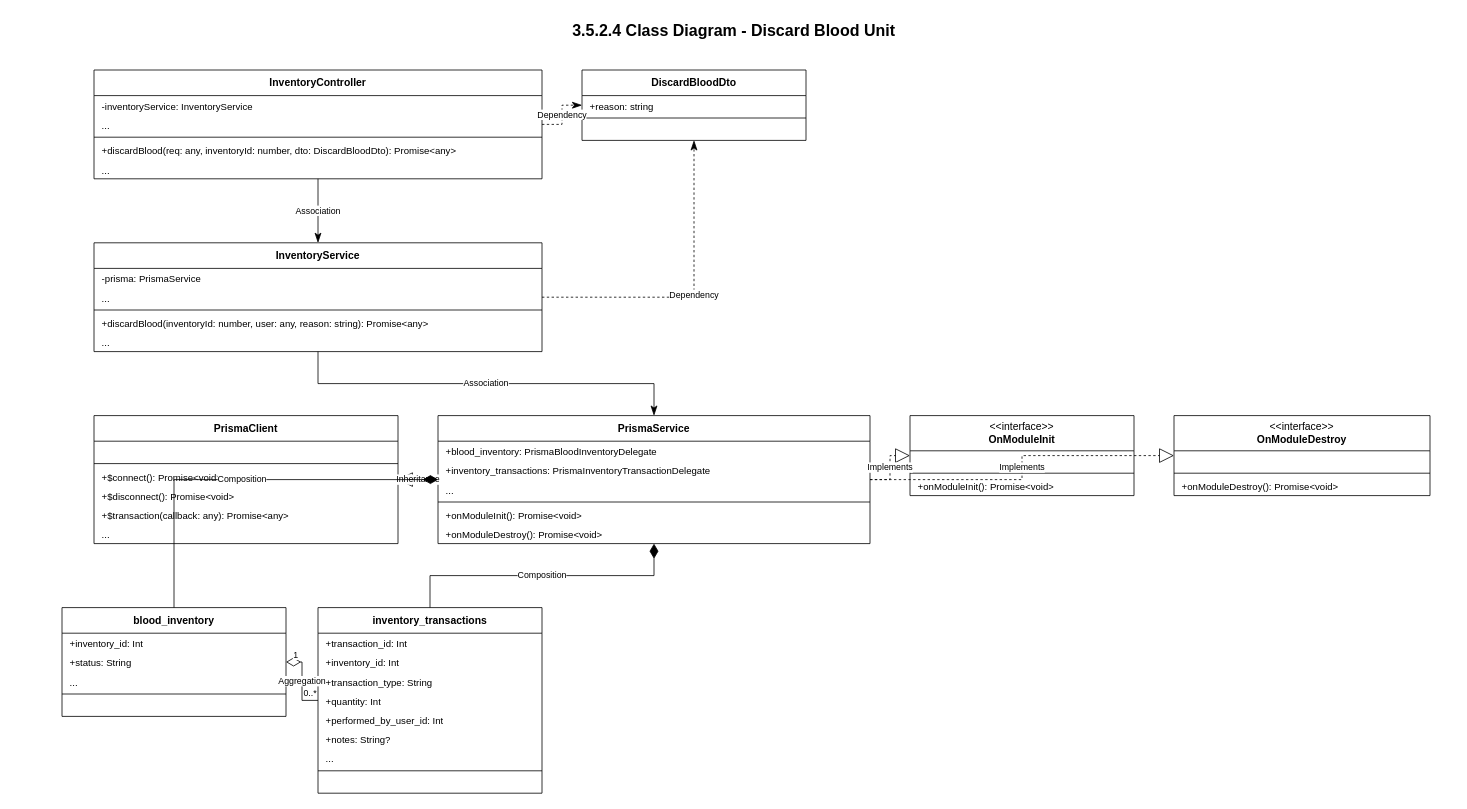
Earlier version of the draw.io diagram page "Discard Blood Unit" (5 of 6) of inventory_all_class_diagrams.drawio (CuongBC195/class-diagram-donation-blood). Source tidied: cells renumbered, new cells numbered last; positions are measured from the earlier drawing's top-left corner, leaving out a move shared by most shapes. Both pictures are drawn from the tidied source at 80%, with x=0, y=0 at pixel (14, 14).
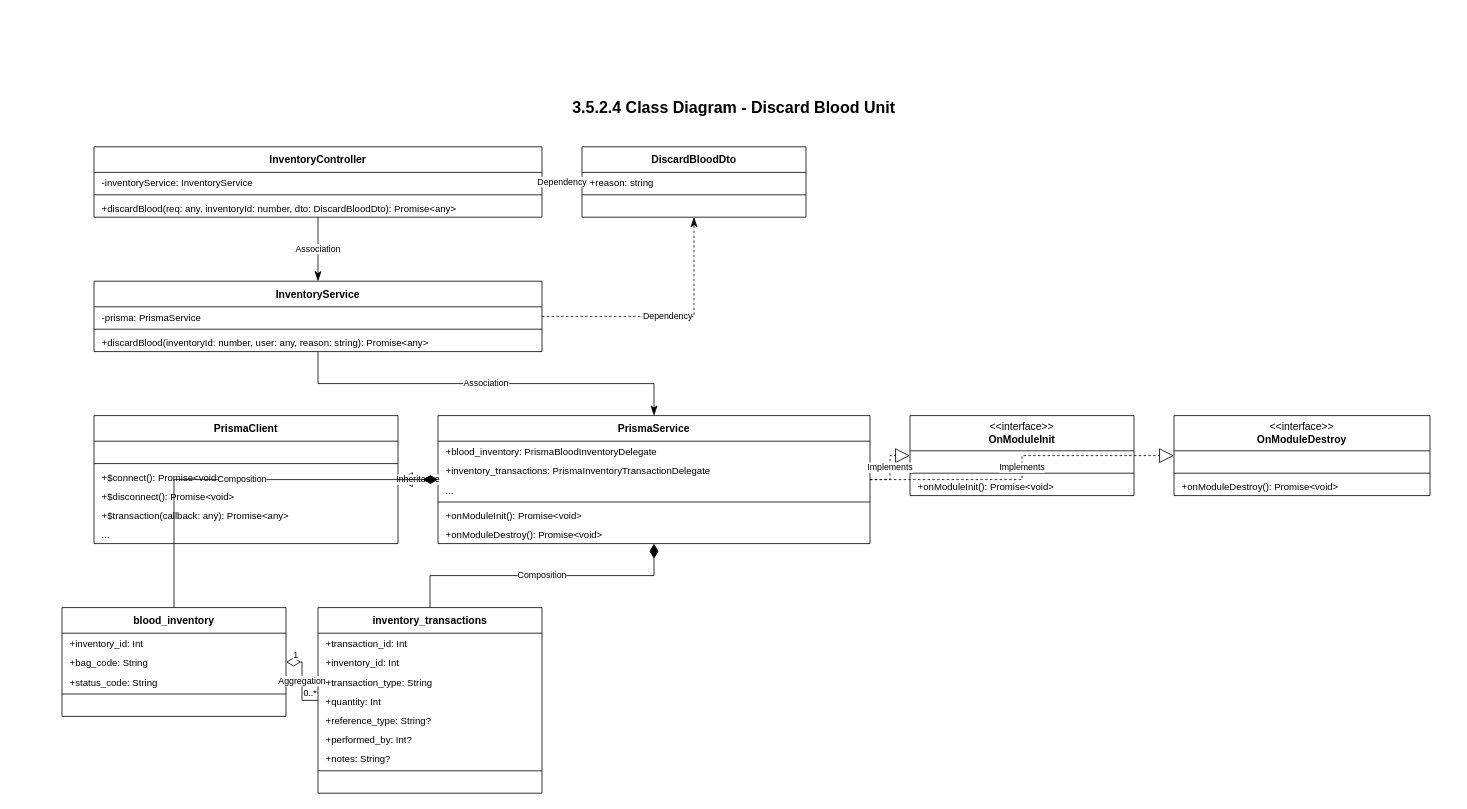
Above is the later version.

Commit message (it also covers changes not shown here):
fix(diagrams): audit Module 3.5 Blood Inventory (6 tabs) 100% matched with code & schema

The change refers to these unchanged cells:
```xml
<mxCell id="41" value="&lt;b&gt;blood_inventory&lt;/b&gt;" style="swimlane;fontStyle=0;horizontal=1;startSize=32;whiteSpace=wrap;html=1;fillColor=#ffffff;strokeColor=#000000;swimlaneFillColor=#ffffff;fontColor=#000000;fontFamily=Arial;fontSize=13;" parent="1" vertex="1">
  <mxGeometry x="60" y="742" width="280" height="136" as="geometry" />
</mxCell>
<mxCell id="47" value="&lt;b&gt;inventory_transactions&lt;/b&gt;" style="swimlane;fontStyle=0;horizontal=1;startSize=32;whiteSpace=wrap;html=1;fillColor=#ffffff;strokeColor=#000000;swimlaneFillColor=#ffffff;fontColor=#000000;fontFamily=Arial;fontSize=13;" parent="1" vertex="1">
  <mxGeometry x="380" y="742" width="280" height="232" as="geometry" />
</mxCell>
```

Diff of the diagram source:
```diff
@@
     <mxCell id="2" value="3.5.2.4 Class Diagram - Discard Blood Unit" style="text;html=1;strokeColor=none;fillColor=none;align=center;verticalAlign=middle;whiteSpace=wrap;rounded=0;fontFamily=Arial;fontSize=20;fontStyle=1;fontColor=#000000;" parent="1" vertex="1">
-      <mxGeometry width="1800" height="40" as="geometry" />
+      <mxGeometry y="96" width="1800" height="40" as="geometry" />
     </mxCell>
     <mxCell id="3" value="&lt;b&gt;InventoryController&lt;/b&gt;" style="swimlane;fontStyle=0;horizontal=1;startSize=32;whiteSpace=wrap;html=1;fillColor=#ffffff;strokeColor=#000000;swimlaneFillColor=#ffffff;fontColor=#000000;fontFamily=Arial;fontSize=13;" parent="1" vertex="1">
-      <mxGeometry x="100" y="70" width="560" height="136" as="geometry" />
+      <mxGeometry x="100" y="166" width="560" height="88" as="geometry" />
     </mxCell>
@@
-    <mxCell id="5" value="..." style="text;strokeColor=none;fillColor=none;align=left;verticalAlign=top;spacingLeft=8;spacingRight=8;overflow=hidden;whiteSpace=wrap;html=1;fontFamily=Arial;fontSize=12;fontColor=#000000;" parent="3" vertex="1">
-      <mxGeometry y="56" width="560" height="24" as="geometry" />
-    </mxCell>
     <mxCell id="6" style="line;strokeWidth=1;fillColor=none;strokeColor=#000000;align=left;verticalAlign=middle;" parent="3" vertex="1">
-      <mxGeometry y="80" width="560" height="8" as="geometry" />
+      <mxGeometry y="56" width="560" height="8" as="geometry" />
     </mxCell>
     <mxCell id="7" value="+discardBlood(req: any, inventoryId: number, dto: DiscardBloodDto): Promise&amp;lt;any&amp;gt;" style="text;strokeColor=none;fillColor=none;align=left;verticalAlign=top;spacingLeft=8;spacingRight=8;overflow=hidden;whiteSpace=wrap;html=1;fontFamily=Arial;fontSize=12;fontColor=#000000;" parent="3" vertex="1">
-      <mxGeometry y="88" width="560" height="24" as="geometry" />
+      <mxGeometry y="64" width="560" height="24" as="geometry" />
     </mxCell>
-    <mxCell id="8" value="..." style="text;strokeColor=none;fillColor=none;align=left;verticalAlign=top;spacingLeft=8;spacingRight=8;overflow=hidden;whiteSpace=wrap;html=1;fontFamily=Arial;fontSize=12;fontColor=#000000;" parent="3" vertex="1">
-      <mxGeometry y="112" width="560" height="24" as="geometry" />
-    </mxCell>
     <mxCell id="9" value="&lt;b&gt;DiscardBloodDto&lt;/b&gt;" style="swimlane;fontStyle=0;horizontal=1;startSize=32;whiteSpace=wrap;html=1;fillColor=#ffffff;strokeColor=#000000;swimlaneFillColor=#ffffff;fontColor=#000000;fontFamily=Arial;fontSize=13;" parent="1" vertex="1">
-      <mxGeometry x="710" y="70" width="280" height="88" as="geometry" />
+      <mxGeometry x="710" y="166" width="280" height="88" as="geometry" />
     </mxCell>
@@
     <mxCell id="13" value="&lt;b&gt;InventoryService&lt;/b&gt;" style="swimlane;fontStyle=0;horizontal=1;startSize=32;whiteSpace=wrap;html=1;fillColor=#ffffff;strokeColor=#000000;swimlaneFillColor=#ffffff;fontColor=#000000;fontFamily=Arial;fontSize=13;" parent="1" vertex="1">
-      <mxGeometry x="100" y="286" width="560" height="136" as="geometry" />
+      <mxGeometry x="100" y="334" width="560" height="88" as="geometry" />
     </mxCell>
@@
-    <mxCell id="15" value="..." style="text;strokeColor=none;fillColor=none;align=left;verticalAlign=top;spacingLeft=8;spacingRight=8;overflow=hidden;whiteSpace=wrap;html=1;fontFamily=Arial;fontSize=12;fontColor=#000000;" parent="13" vertex="1">
-      <mxGeometry y="56" width="560" height="24" as="geometry" />
-    </mxCell>
     <mxCell id="16" style="line;strokeWidth=1;fillColor=none;strokeColor=#000000;align=left;verticalAlign=middle;" parent="13" vertex="1">
-      <mxGeometry y="80" width="560" height="8" as="geometry" />
+      <mxGeometry y="56" width="560" height="8" as="geometry" />
     </mxCell>
     <mxCell id="17" value="+discardBlood(inventoryId: number, user: any, reason: string): Promise&amp;lt;any&amp;gt;" style="text;strokeColor=none;fillColor=none;align=left;verticalAlign=top;spacingLeft=8;spacingRight=8;overflow=hidden;whiteSpace=wrap;html=1;fontFamily=Arial;fontSize=12;fontColor=#000000;" parent="13" vertex="1">
-      <mxGeometry y="88" width="560" height="24" as="geometry" />
+      <mxGeometry y="64" width="560" height="24" as="geometry" />
     </mxCell>
-    <mxCell id="18" value="..." style="text;strokeColor=none;fillColor=none;align=left;verticalAlign=top;spacingLeft=8;spacingRight=8;overflow=hidden;whiteSpace=wrap;html=1;fontFamily=Arial;fontSize=12;fontColor=#000000;" parent="13" vertex="1">
-      <mxGeometry y="112" width="560" height="24" as="geometry" />
-    </mxCell>
@@
-    <mxCell id="43" value="+status: String" style="text;strokeColor=none;fillColor=none;align=left;verticalAlign=top;spacingLeft=8;spacingRight=8;overflow=hidden;whiteSpace=wrap;html=1;fontFamily=Arial;fontSize=12;fontColor=#000000;" parent="41" vertex="1">
+    <mxCell id="43" value="+bag_code: String" style="text;strokeColor=none;fillColor=none;align=left;verticalAlign=top;spacingLeft=8;spacingRight=8;overflow=hidden;whiteSpace=wrap;html=1;fontFamily=Arial;fontSize=12;fontColor=#000000;" parent="41" vertex="1">
       <mxGeometry y="56" width="280" height="24" as="geometry" />
     </mxCell>
-    <mxCell id="44" value="..." style="text;strokeColor=none;fillColor=none;align=left;verticalAlign=top;spacingLeft=8;spacingRight=8;overflow=hidden;whiteSpace=wrap;html=1;fontFamily=Arial;fontSize=12;fontColor=#000000;" parent="41" vertex="1">
+    <mxCell id="44" value="+status_code: String" style="text;strokeColor=none;fillColor=none;align=left;verticalAlign=top;spacingLeft=8;spacingRight=8;overflow=hidden;whiteSpace=wrap;html=1;fontFamily=Arial;fontSize=12;fontColor=#000000;" parent="41" vertex="1">
       <mxGeometry y="80" width="280" height="24" as="geometry" />
     </mxCell>
@@
-    <mxCell id="52" value="+performed_by_user_id: Int" style="text;strokeColor=none;fillColor=none;align=left;verticalAlign=top;spacingLeft=8;spacingRight=8;overflow=hidden;whiteSpace=wrap;html=1;fontFamily=Arial;fontSize=12;fontColor=#000000;" parent="47" vertex="1">
+    <mxCell id="52" value="+reference_type: String?" style="text;strokeColor=none;fillColor=none;align=left;verticalAlign=top;spacingLeft=8;spacingRight=8;overflow=hidden;whiteSpace=wrap;html=1;fontFamily=Arial;fontSize=12;fontColor=#000000;" parent="47" vertex="1">
       <mxGeometry y="128" width="280" height="24" as="geometry" />
     </mxCell>
-    <mxCell id="53" value="+notes: String?" style="text;strokeColor=none;fillColor=none;align=left;verticalAlign=top;spacingLeft=8;spacingRight=8;overflow=hidden;whiteSpace=wrap;html=1;fontFamily=Arial;fontSize=12;fontColor=#000000;" parent="47" vertex="1">
+    <mxCell id="53" value="+performed_by: Int?" style="text;strokeColor=none;fillColor=none;align=left;verticalAlign=top;spacingLeft=8;spacingRight=8;overflow=hidden;whiteSpace=wrap;html=1;fontFamily=Arial;fontSize=12;fontColor=#000000;" parent="47" vertex="1">
       <mxGeometry y="152" width="280" height="24" as="geometry" />
     </mxCell>
-    <mxCell id="54" value="..." style="text;strokeColor=none;fillColor=none;align=left;verticalAlign=top;spacingLeft=8;spacingRight=8;overflow=hidden;whiteSpace=wrap;html=1;fontFamily=Arial;fontSize=12;fontColor=#000000;" parent="47" vertex="1">
+    <mxCell id="54" value="+notes: String?" style="text;strokeColor=none;fillColor=none;align=left;verticalAlign=top;spacingLeft=8;spacingRight=8;overflow=hidden;whiteSpace=wrap;html=1;fontFamily=Arial;fontSize=12;fontColor=#000000;" parent="47" vertex="1">
       <mxGeometry y="176" width="280" height="24" as="geometry" />
     </mxCell>
```
